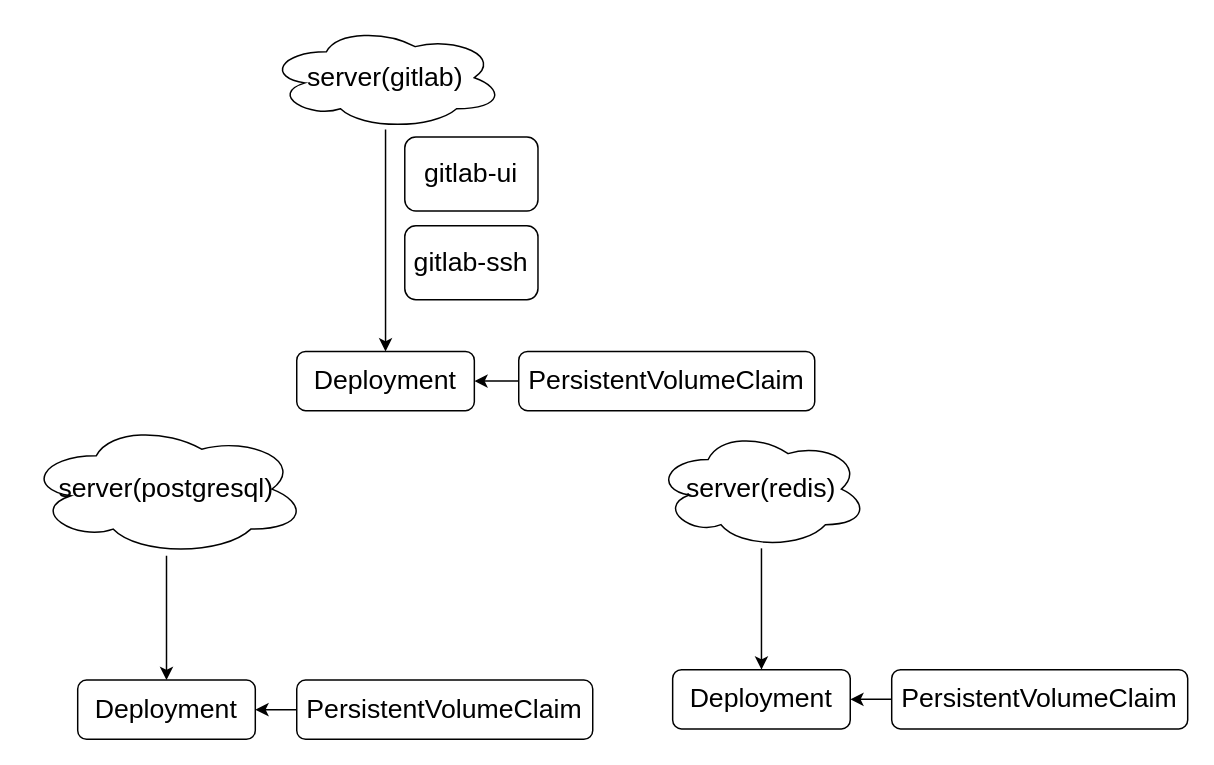
Before: tmp/gitlab.drawio in lanzhiwang/awesome-huzhi, a draw.io diagram. Source tidied: cells renumbered, new cells numbered last; positions are measured from the earlier drawing's top-left corner, leaving out a move shared by most shapes. Both pictures are drawn from the tidied source at 148%, with x=0, y=0 at pixel (25, 25).
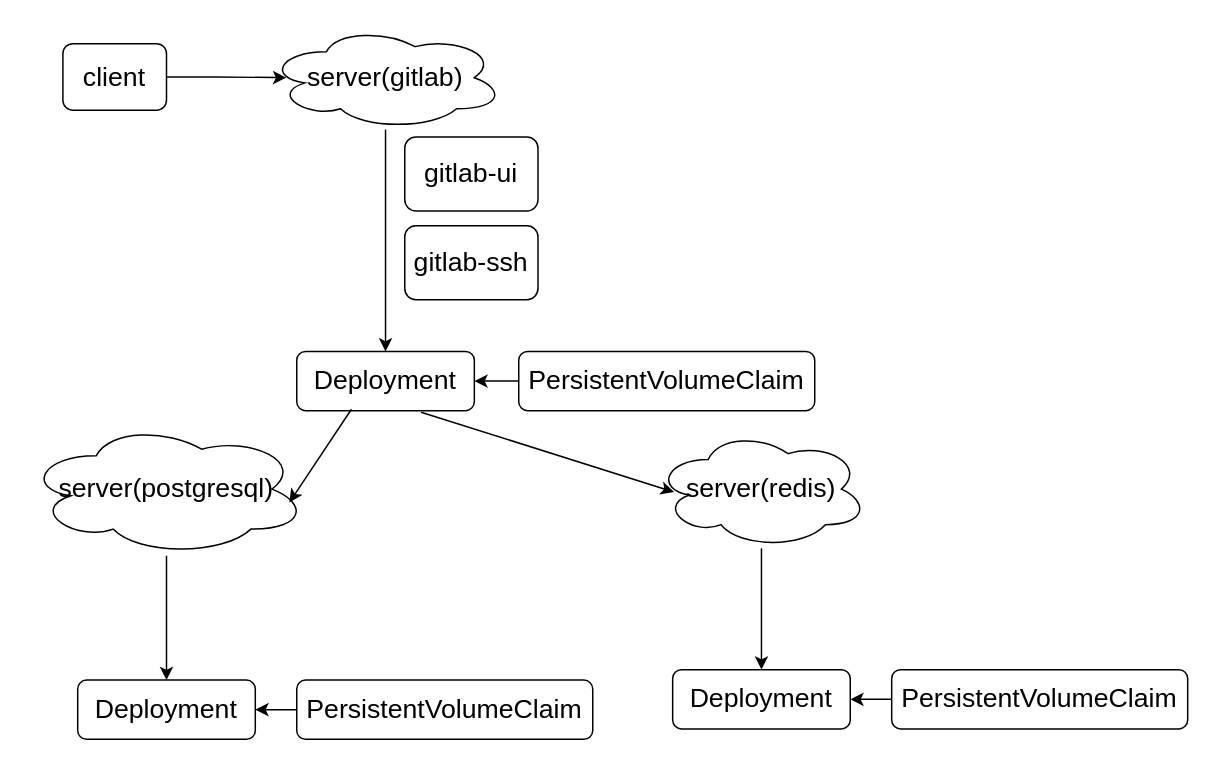
Above is the later version.

The change refers to these unchanged cells:
```xml
<mxCell id="6" value="&lt;font style=&quot;font-size: 18px&quot;&gt;Deployment&lt;/font&gt;" style="rounded=1;whiteSpace=wrap;html=1;" parent="1" vertex="1">
  <mxGeometry x="183" y="220" width="120" height="40" as="geometry" />
</mxCell>
<mxCell id="8" value="&lt;span&gt;&lt;font style=&quot;font-size: 18px&quot;&gt;&lt;span&gt;server(gitlab&lt;/span&gt;&lt;span&gt;)&lt;/span&gt;&lt;/font&gt;&lt;/span&gt;" style="ellipse;shape=cloud;whiteSpace=wrap;html=1;" parent="1" vertex="1">
  <mxGeometry x="163" width="160" height="70" as="geometry" />
</mxCell>
<mxCell id="13" value="&lt;span&gt;&lt;font style=&quot;font-size: 18px&quot;&gt;&lt;span&gt;server(postgresql&lt;/span&gt;&lt;span&gt;)&lt;/span&gt;&lt;/font&gt;&lt;/span&gt;" style="ellipse;shape=cloud;whiteSpace=wrap;html=1;" parent="1" vertex="1">
  <mxGeometry y="268" width="190" height="90" as="geometry" />
</mxCell>
<mxCell id="18" value="&lt;span&gt;&lt;font style=&quot;font-size: 18px&quot;&gt;&lt;span&gt;server(redis&lt;/span&gt;&lt;span&gt;)&lt;/span&gt;&lt;/font&gt;&lt;/span&gt;" style="ellipse;shape=cloud;whiteSpace=wrap;html=1;" parent="1" vertex="1">
  <mxGeometry x="425" y="273" width="144" height="80" as="geometry" />
</mxCell>
```

The edit, as a diff of the source:
```diff
@@
+    <mxCell id="19" style="endArrow=classic;html=1;exitX=0.308;exitY=0.975;exitDx=0;exitDy=0;exitPerimeter=0;entryX=0.937;entryY=0.6;entryDx=0;entryDy=0;entryPerimeter=0;" parent="1" edge="1" source="6" target="13">
+      <mxGeometry relative="1" as="geometry" />
+    </mxCell>
+    <mxCell id="20" style="endArrow=classic;html=1;exitX=0.7;exitY=1.025;exitDx=0;exitDy=0;exitPerimeter=0;entryX=0.09;entryY=0.525;entryDx=0;entryDy=0;entryPerimeter=0;" parent="1" edge="1" source="6" target="18">
+      <mxGeometry relative="1" as="geometry" />
+    </mxCell>
+    <mxCell id="21" style="edgeStyle=orthogonalEdgeStyle;rounded=0;jettySize=auto;html=1;entryX=0.081;entryY=0.5;entryDx=0;entryDy=0;entryPerimeter=0;" parent="1" edge="1" source="22" target="8">
+      <mxGeometry relative="1" as="geometry" />
+    </mxCell>
+    <mxCell id="22" value="&lt;font style=&quot;font-size: 18px&quot;&gt;client&lt;/font&gt;" style="rounded=1;whiteSpace=wrap;html=1;" parent="1" vertex="1">
+      <mxGeometry x="25" y="12" width="70" height="45" as="geometry" />
+    </mxCell>
```
